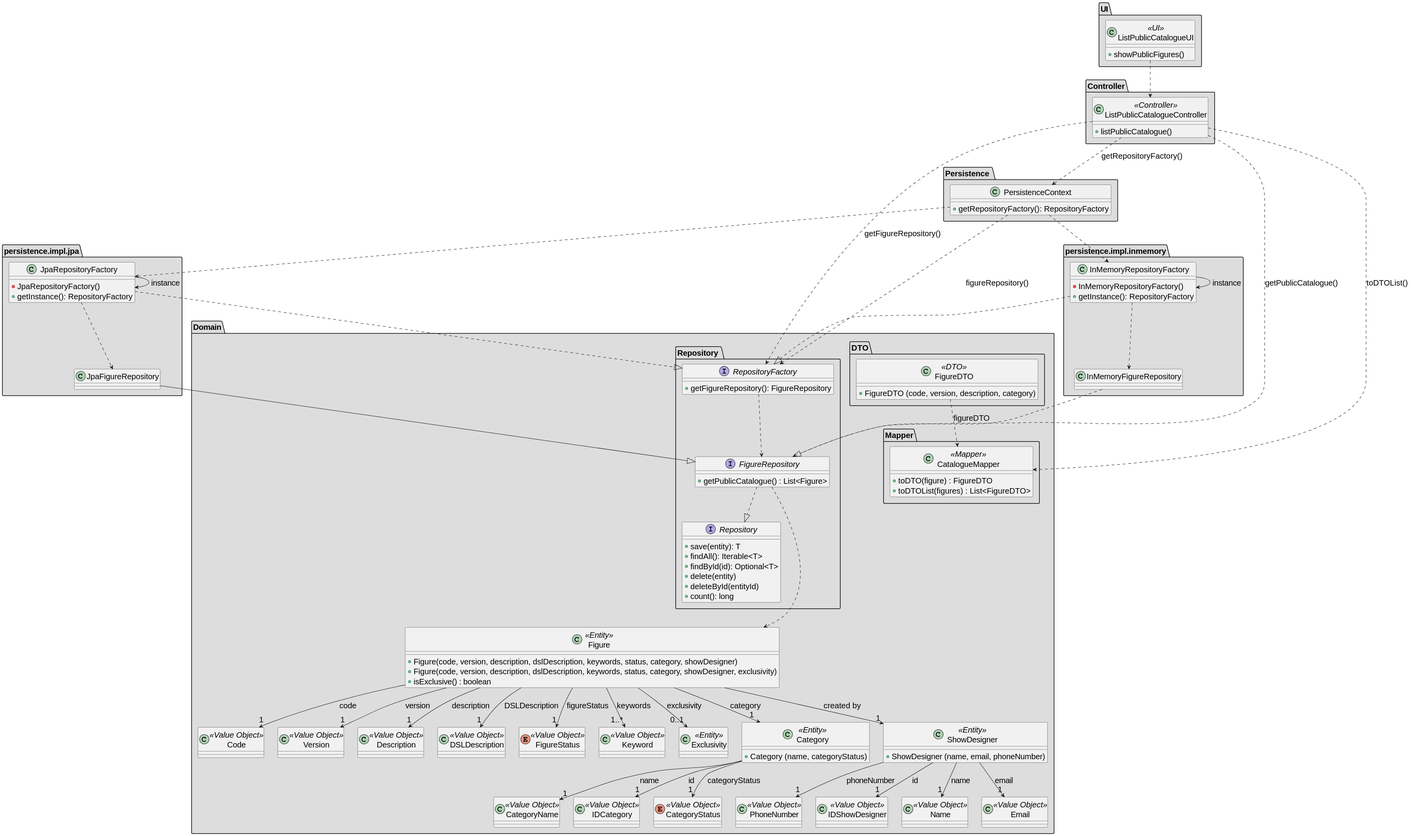
This is docs/SPRINT_2/US231/images/class_diagram_us231.svg from diogoveirospro/sem4pi-2024-2025-sem4pi_2024_2025_g44, a PlantUML export, as it was before one commit.
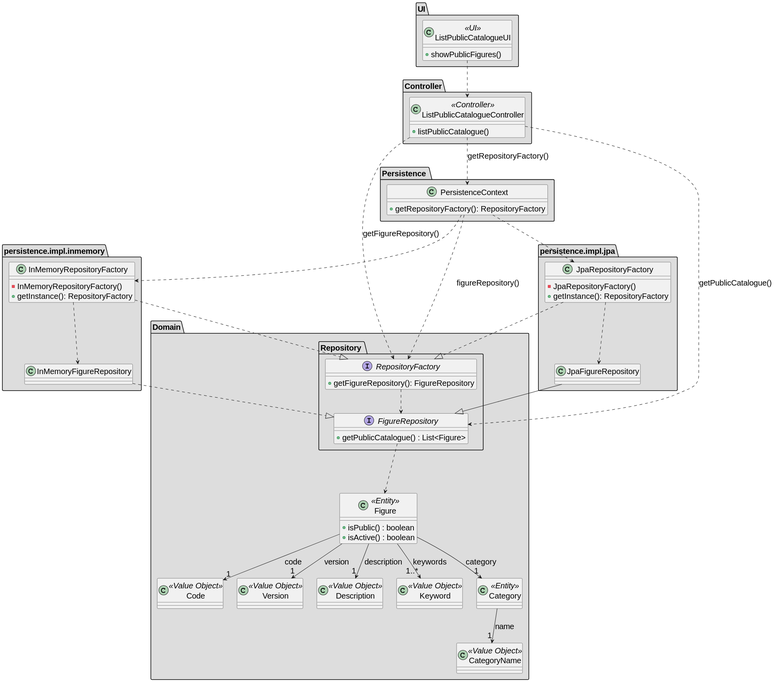
Later version of the same file.

The edit, as a diff of the source:
```diff
@@ -31,29 +31,7 @@
 
 package "Domain" #DDDDDD {
 
-    package "DTO" #DDDDDD {
-        class FigureDTO <<DTO>> {
-            + FigureDTO (code, version, description, category)
-        }
-    }
-
-    package "Mapper" #DDDDDD {
-        class CatalogueMapper <<Mapper>> {
-            + toDTO(figure) : FigureDTO
-            + toDTOList(figures) : List<FigureDTO>
-        }
-    }
-
     package "Repository " #DDDDDD {
-        interface Repository {
-            + save(entity): T
-            + findAll(): Iterable<T>
-            + findById(id): Optional<T>
-            + delete(entity)
-            + deleteById(entityId)
-            + count(): long
-        }
-
 
         interface RepositoryFactory {
             + getFigureRepository(): FigureRepository
@@ -66,9 +44,8 @@
     }
 
     class Figure <<Entity>>{
-        + Figure(code, version, description, dslDescription, keywords, status, category, showDesigner)
-        + Figure(code, version, description, dslDescription, keywords, status, category, showDesigner, exclusivity)
-        + isExclusive() : boolean
+        + isPublic() : boolean
+        + isActive() : boolean
     }
 
     class Code <<Value Object>>{
@@ -80,48 +57,13 @@
     class Description <<Value Object>>{
     }
 
-    class DSLDescription <<Value Object>>{
-    }
-
-    enum FigureStatus <<Value Object>>{
-    }
-
     class Keyword <<Value Object>>{
     }
 
-    class Exclusivity <<Entity>>{
-    }
-
-
     class Category <<Entity>>{
-        + Category (name, categoryStatus)
-    }
-
-    class IDCategory <<Value Object>>{
-    }
-
-    enum CategoryStatus <<Value Object>>{
     }
 
     class CategoryName <<Value Object>>{
-    }
-
-
-    class ShowDesigner <<Entity>>{
-        + ShowDesigner (name, email, phoneNumber)
-    }
-
-    class IDShowDesigner <<Value Object>>{
-    }
-
-
-    class Name <<Value Object>>{
-    }
-
-    class Email <<Value Object>>{
-    }
-
-    class PhoneNumber <<Value Object>>{
     }
 
 }
@@ -148,43 +90,26 @@
 
     JpaRepositoryFactory ..|> RepositoryFactory
     JpaRepositoryFactory ..> JpaFigureRepository
-    JpaRepositoryFactory --> JpaRepositoryFactory: instance
 
 
     InMemoryFigureRepository ..|> FigureRepository
 
     InMemoryRepositoryFactory ..|> RepositoryFactory
     InMemoryRepositoryFactory ..> InMemoryFigureRepository
-    InMemoryRepositoryFactory --> InMemoryRepositoryFactory: instance
 
 
-    FigureDTO ..> CatalogueMapper : figureDTO
-
-
-    FigureRepository ..|> Repository
     FigureRepository ...> Figure
 
     RepositoryFactory ..> FigureRepository
 
 
-    Figure --> "1" DSLDescription: DSLDescription
     Figure --> "1..*" Keyword: keywords
     Figure --> "1" Code: code
     Figure --> "1" Version: version
     Figure --> "1" Description: description
-    Figure --> "1" FigureStatus: figureStatus
     Figure --> "1" Category: category
-    Figure --> "1" ShowDesigner: created by
-    Figure --> "0..1" Exclusivity: exclusivity
 
-    Category --> "1" IDCategory: id
-    Category --> "1" CategoryStatus: categoryStatus
     Category --> "1" CategoryName: name
-
-    ShowDesigner --> "1" IDShowDesigner: id
-    ShowDesigner --> "1" Name: name
-    ShowDesigner --> "1" Email: email
-    ShowDesigner --> "1" PhoneNumber: phoneNumber
 
 
     ListPublicCatalogueUI ..> ListPublicCatalogueController
@@ -193,5 +118,4 @@
     ListPublicCatalogueController ..> PersistenceContext : getRepositoryFactory()
     ListPublicCatalogueController ..> RepositoryFactory : getFigureRepository()
     ListPublicCatalogueController ..> FigureRepository : getPublicCatalogue()
-    ListPublicCatalogueController ..> CatalogueMapper : toDTOList()
 @enduml
```
